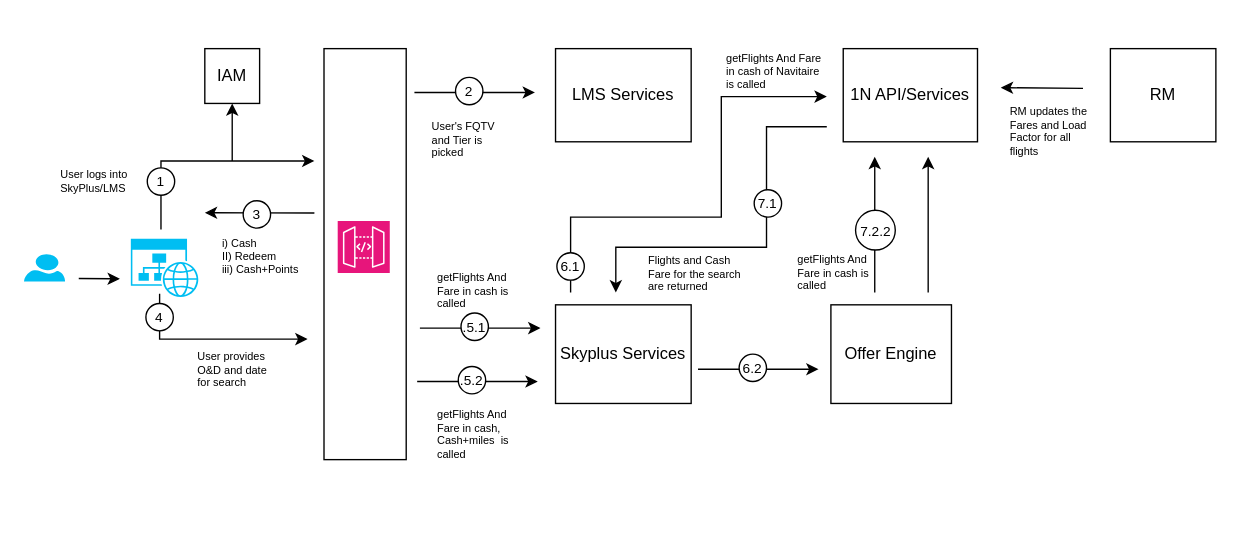
This is page "Page-1" (1 of 2) of LM Data Flow.drawio from nchauhan4/drawings, a draw.io file, before an edit. Source tidied: cells renumbered, new cells numbered last; positions are measured from the earlier drawing's top-left corner, leaving out a move shared by most shapes. Both pictures are drawn from the tidied source at 137%, with x=0, y=0 at pixel (23, 42).
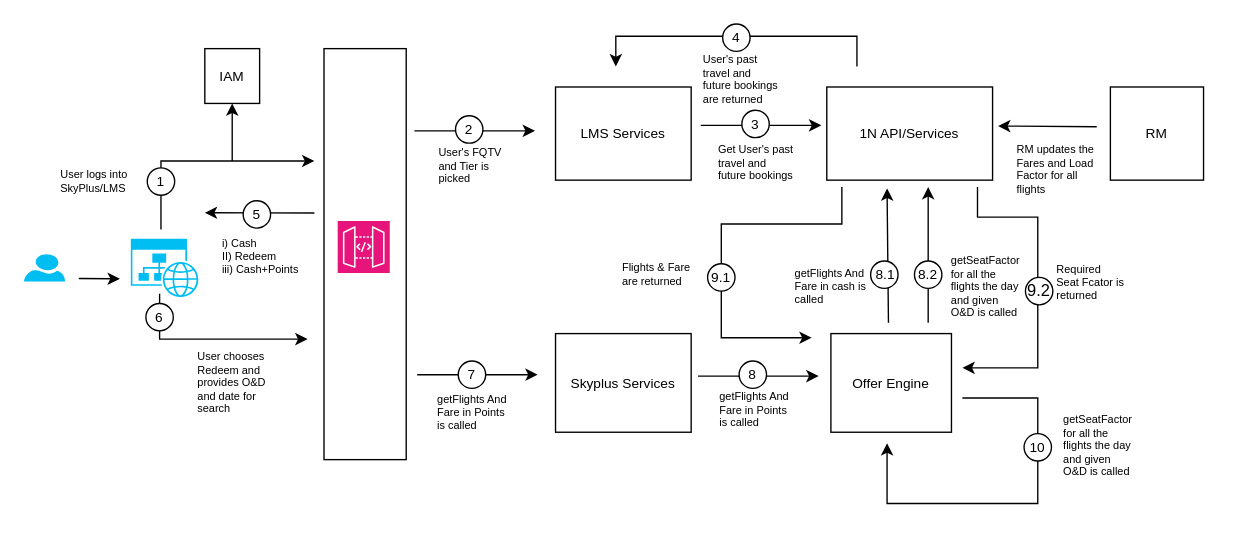
Above is the later version.

What changed in the source:
```diff
@@
     <mxCell id="2" style="endArrow=classic;html=1;rounded=0;" parent="1" edge="1">
       <mxGeometry relative="1" as="geometry">
-        <mxPoint x="621" y="182" as="sourcePoint" />
-        <mxPoint x="621" y="83" as="targetPoint" />
+        <mxPoint x="631" y="204" as="sourcePoint" />
+        <mxPoint x="630" y="106" as="targetPoint" />
       </mxGeometry>
     </mxCell>
-    <mxCell id="3" style="ellipse;whiteSpace=wrap;html=1;" parent="1" vertex="1">
-      <mxGeometry x="607" y="122" width="29" height="29" as="geometry" />
-    </mxCell>
-    <mxCell id="4" value="&lt;span style=&quot;font-size: 10px;&quot;&gt;7.2.2&lt;/span&gt;" style="text;html=1;strokeColor=none;fillColor=none;align=center;verticalAlign=middle;whiteSpace=wrap;rounded=0;" parent="1" vertex="1">
-      <mxGeometry x="597" y="120" width="50" height="33.5" as="geometry" />
-    </mxCell>
@@
-    <mxCell id="13" value="IAM" style="rounded=0;whiteSpace=wrap;html=1;" parent="1" vertex="1">
+    <mxCell id="13" value="&lt;font style=&quot;font-size: 10px;&quot;&gt;IAM&lt;/font&gt;" style="rounded=0;whiteSpace=wrap;html=1;" parent="1" vertex="1">
       <mxGeometry x="132" y="4" width="40" height="40" as="geometry" />
     </mxCell>
@@
-    <mxCell id="16" value="&lt;font style=&quot;font-size: 10px;&quot;&gt;3&lt;/font&gt;" style="text;html=1;strokeColor=none;fillColor=none;align=center;verticalAlign=middle;whiteSpace=wrap;rounded=0;" parent="1" vertex="1">
+    <mxCell id="16" value="&lt;font style=&quot;font-size: 10px;&quot;&gt;5&lt;/font&gt;" style="text;html=1;strokeColor=none;fillColor=none;align=center;verticalAlign=middle;whiteSpace=wrap;rounded=0;" parent="1" vertex="1">
       <mxGeometry x="155" y="115" width="30" height="20" as="geometry" />
     </mxCell>
@@
-    <mxCell id="22" value="&lt;font style=&quot;font-size: 10px;&quot;&gt;4&lt;/font&gt;" style="text;html=1;strokeColor=none;fillColor=none;align=center;verticalAlign=middle;whiteSpace=wrap;rounded=0;" parent="1" vertex="1">
+    <mxCell id="22" value="&lt;font style=&quot;font-size: 10px;&quot;&gt;6&lt;/font&gt;" style="text;html=1;strokeColor=none;fillColor=none;align=center;verticalAlign=middle;whiteSpace=wrap;rounded=0;" parent="1" vertex="1">
       <mxGeometry x="84" y="190" width="30" height="20" as="geometry" />
     </mxCell>
-    <mxCell id="23" value="User provides O&amp;amp;D and date for search" style="text;html=1;strokeColor=none;fillColor=none;align=left;verticalAlign=top;whiteSpace=wrap;rounded=0;fontSize=8;" parent="1" vertex="1">
+    <mxCell id="23" value="User chooses Redeem and provides O&amp;amp;D and date for search" style="text;html=1;strokeColor=none;fillColor=none;align=left;verticalAlign=top;whiteSpace=wrap;rounded=0;fontSize=8;" parent="1" vertex="1">
       <mxGeometry x="124.5" y="217.5" width="58.5" height="38.5" as="geometry" />
     </mxCell>
-    <mxCell id="24" style="endArrow=classic;html=1;rounded=0;" parent="1" edge="1">
-      <mxGeometry relative="1" as="geometry">
-        <mxPoint x="289" y="208" as="sourcePoint" />
-        <mxPoint x="377" y="208" as="targetPoint" />
-      </mxGeometry>
-    </mxCell>
-    <mxCell id="25" value="LMS Services" style="rounded=0;whiteSpace=wrap;html=1;" parent="1" vertex="1">
-      <mxGeometry x="388" y="4" width="99" height="68" as="geometry" />
+    <mxCell id="25" value="&lt;font style=&quot;font-size: 10px;&quot;&gt;LMS Services&lt;/font&gt;" style="rounded=0;whiteSpace=wrap;html=1;" parent="1" vertex="1">
+      <mxGeometry x="388" y="32" width="99" height="68" as="geometry" />
     </mxCell>
-    <mxCell id="26" value="Skyplus Services" style="rounded=0;whiteSpace=wrap;html=1;" parent="1" vertex="1">
-      <mxGeometry x="388" y="191" width="99" height="72" as="geometry" />
+    <mxCell id="26" value="&lt;font style=&quot;font-size: 10px;&quot;&gt;Skyplus Services&lt;/font&gt;" style="rounded=0;whiteSpace=wrap;html=1;" parent="1" vertex="1">
+      <mxGeometry x="388" y="212" width="99" height="72" as="geometry" />
     </mxCell>
-    <mxCell id="27" style="ellipse;whiteSpace=wrap;html=1;" parent="1" vertex="1">
-      <mxGeometry x="319" y="197" width="20" height="20" as="geometry" />
-    </mxCell>
-    <mxCell id="28" value="&lt;font style=&quot;font-size: 10px;&quot;&gt;.5.1&lt;/font&gt;" style="text;html=1;strokeColor=none;fillColor=none;align=center;verticalAlign=middle;whiteSpace=wrap;rounded=0;" parent="1" vertex="1">
-      <mxGeometry x="314" y="197" width="30" height="20" as="geometry" />
-    </mxCell>
-    <mxCell id="29" value="getFlights And Fare in cash is called" style="text;html=1;strokeColor=none;fillColor=none;align=left;verticalAlign=top;whiteSpace=wrap;rounded=0;fontSize=8;" parent="1" vertex="1">
-      <mxGeometry x="299.8" y="160" width="58.5" height="33" as="geometry" />
-    </mxCell>
-    <mxCell id="30" style="endArrow=classic;html=1;rounded=0;" parent="1" edge="1">
-      <mxGeometry relative="1" as="geometry">
-        <mxPoint x="399" y="182" as="sourcePoint" />
-        <mxPoint x="586" y="39" as="targetPoint" />
-        <Array as="points">
-          <mxPoint x="399" y="127" />
-          <mxPoint x="509" y="127" />
-          <mxPoint x="509" y="94" />
-          <mxPoint x="509" y="39" />
-          <mxPoint x="542" y="39" />
-        </Array>
-      </mxGeometry>
-    </mxCell>
-    <mxCell id="31" value="Offer Engine" style="rounded=0;whiteSpace=wrap;html=1;" parent="1" vertex="1">
-      <mxGeometry x="589" y="191" width="88" height="72" as="geometry" />
+    <mxCell id="31" value="&lt;font style=&quot;font-size: 10px;&quot;&gt;Offer Engine&lt;/font&gt;" style="rounded=0;whiteSpace=wrap;html=1;" parent="1" vertex="1">
+      <mxGeometry x="589" y="212" width="88" height="72" as="geometry" />
     </mxCell>
-    <mxCell id="32" style="ellipse;whiteSpace=wrap;html=1;" parent="1" vertex="1">
-      <mxGeometry x="389" y="153" width="20" height="20" as="geometry" />
-    </mxCell>
-    <mxCell id="33" value="&lt;span style=&quot;font-size: 10px;&quot;&gt;6.1&lt;/span&gt;" style="text;html=1;strokeColor=none;fillColor=none;align=center;verticalAlign=middle;whiteSpace=wrap;rounded=0;" parent="1" vertex="1">
-      <mxGeometry x="384" y="153" width="30" height="20" as="geometry" />
-    </mxCell>
-    <mxCell id="34" value="getFlights And Fare in cash of Navitaire is called" style="text;html=1;strokeColor=none;fillColor=none;align=left;verticalAlign=top;whiteSpace=wrap;rounded=0;fontSize=8;" parent="1" vertex="1">
-      <mxGeometry x="510.8" y="-0.5" width="78.2" height="33" as="geometry" />
-    </mxCell>
     <mxCell id="35" style="endArrow=classic;html=1;rounded=0;" parent="1" edge="1">
       <mxGeometry relative="1" as="geometry">
-        <mxPoint x="285" y="36" as="sourcePoint" />
-        <mxPoint x="373" y="36" as="targetPoint" />
+        <mxPoint x="285" y="64" as="sourcePoint" />
+        <mxPoint x="373" y="64" as="targetPoint" />
       </mxGeometry>
     </mxCell>
-    <mxCell id="36" value="1N API/Services" style="rounded=0;whiteSpace=wrap;html=1;" parent="1" vertex="1">
-      <mxGeometry x="598" y="4" width="98" height="68" as="geometry" />
+    <mxCell id="36" value="&lt;font style=&quot;font-size: 10px;&quot;&gt;1N API/Services&lt;/font&gt;" style="rounded=0;whiteSpace=wrap;html=1;" parent="1" vertex="1">
+      <mxGeometry x="586" y="32" width="121" height="68" as="geometry" />
     </mxCell>
     <mxCell id="37" style="ellipse;whiteSpace=wrap;html=1;" parent="1" vertex="1">
-      <mxGeometry x="315" y="25" width="20" height="20" as="geometry" />
+      <mxGeometry x="315" y="53" width="20" height="20" as="geometry" />
     </mxCell>
     <mxCell id="38" value="&lt;font style=&quot;font-size: 10px;&quot;&gt;2&lt;/font&gt;" style="text;html=1;strokeColor=none;fillColor=none;align=center;verticalAlign=middle;whiteSpace=wrap;rounded=0;" parent="1" vertex="1">
-      <mxGeometry x="310" y="25" width="30" height="20" as="geometry" />
+      <mxGeometry x="310" y="53" width="30" height="20" as="geometry" />
     </mxCell>
     <mxCell id="39" value="User's FQTV and Tier is picked" style="text;html=1;strokeColor=none;fillColor=none;align=left;verticalAlign=top;whiteSpace=wrap;rounded=0;fontSize=8;" parent="1" vertex="1">
-      <mxGeometry x="295.8" y="50" width="58.5" height="33" as="geometry" />
+      <mxGeometry x="300.8" y="69" width="58.5" height="33" as="geometry" />
     </mxCell>
-    <mxCell id="40" style="endArrow=classic;html=1;rounded=0;" parent="1" edge="1">
-      <mxGeometry relative="1" as="geometry">
-        <mxPoint x="586" y="61" as="sourcePoint" />
-        <mxPoint x="432" y="182" as="targetPoint" />
-        <Array as="points">
-          <mxPoint x="542" y="61" />
-          <mxPoint x="542" y="149" />
-          <mxPoint x="432" y="149" />
-        </Array>
-      </mxGeometry>
-    </mxCell>
-    <mxCell id="41" style="ellipse;whiteSpace=wrap;html=1;" parent="1" vertex="1">
-      <mxGeometry x="533" y="107" width="20" height="20" as="geometry" />
-    </mxCell>
-    <mxCell id="42" value="&lt;span style=&quot;font-size: 10px;&quot;&gt;7.1&lt;/span&gt;" style="text;html=1;strokeColor=none;fillColor=none;align=center;verticalAlign=middle;whiteSpace=wrap;rounded=0;" parent="1" vertex="1">
-      <mxGeometry x="528" y="107" width="30" height="20" as="geometry" />
-    </mxCell>
-    <mxCell id="43" value="Flights and Cash Fare for the search are returned" style="text;html=1;strokeColor=none;fillColor=none;align=left;verticalAlign=top;whiteSpace=wrap;rounded=0;fontSize=8;" parent="1" vertex="1">
-      <mxGeometry x="454" y="147.5" width="78.2" height="33" as="geometry" />
+    <mxCell id="43" value="getSeatFactor for all the flights the day and given O&amp;amp;D is called" style="text;html=1;strokeColor=none;fillColor=none;align=left;verticalAlign=top;whiteSpace=wrap;rounded=0;fontSize=8;" parent="1" vertex="1">
+      <mxGeometry x="675" y="148" width="52" height="55" as="geometry" />
     </mxCell>
     <mxCell id="44" style="endArrow=classic;html=1;rounded=0;" parent="1" edge="1">
       <mxGeometry relative="1" as="geometry">
-        <mxPoint x="492" y="238" as="sourcePoint" />
-        <mxPoint x="580" y="238" as="targetPoint" />
+        <mxPoint x="492" y="243" as="sourcePoint" />
+        <mxPoint x="580" y="243" as="targetPoint" />
       </mxGeometry>
     </mxCell>
     <mxCell id="45" style="ellipse;whiteSpace=wrap;html=1;" parent="1" vertex="1">
-      <mxGeometry x="522" y="227" width="20" height="20" as="geometry" />
+      <mxGeometry x="522" y="232" width="20" height="20" as="geometry" />
     </mxCell>
-    <mxCell id="46" value="&lt;span style=&quot;font-size: 10px;&quot;&gt;6.2&lt;/span&gt;" style="text;html=1;strokeColor=none;fillColor=none;align=center;verticalAlign=middle;whiteSpace=wrap;rounded=0;" parent="1" vertex="1">
-      <mxGeometry x="517" y="227" width="30" height="20" as="geometry" />
+    <mxCell id="46" value="&lt;span style=&quot;font-size: 10px;&quot;&gt;8&lt;/span&gt;" style="text;html=1;strokeColor=none;fillColor=none;align=center;verticalAlign=middle;whiteSpace=wrap;rounded=0;" parent="1" vertex="1">
+      <mxGeometry x="517" y="232" width="30" height="20" as="geometry" />
     </mxCell>
     <mxCell id="47" value="getFlights And Fare in cash is called" style="text;html=1;strokeColor=none;fillColor=none;align=left;verticalAlign=top;whiteSpace=wrap;rounded=0;fontSize=8;" parent="1" vertex="1">
-      <mxGeometry x="563" y="146.5" width="58.5" height="33" as="geometry" />
+      <mxGeometry x="561" y="156.5" width="58.5" height="33" as="geometry" />
     </mxCell>
     <mxCell id="48" style="endArrow=classic;html=1;rounded=0;" parent="1" edge="1">
       <mxGeometry relative="1" as="geometry">
-        <mxPoint x="287" y="247" as="sourcePoint" />
-        <mxPoint x="375" y="247" as="targetPoint" />
+        <mxPoint x="287" y="242" as="sourcePoint" />
+        <mxPoint x="375" y="242" as="targetPoint" />
       </mxGeometry>
     </mxCell>
     <mxCell id="49" style="ellipse;whiteSpace=wrap;html=1;" parent="1" vertex="1">
-      <mxGeometry x="317" y="236" width="20" height="20" as="geometry" />
+      <mxGeometry x="317" y="232" width="20" height="20" as="geometry" />
     </mxCell>
-    <mxCell id="50" value="&lt;font style=&quot;font-size: 10px;&quot;&gt;.5.2&lt;/font&gt;" style="text;html=1;strokeColor=none;fillColor=none;align=center;verticalAlign=middle;whiteSpace=wrap;rounded=0;" parent="1" vertex="1">
-      <mxGeometry x="312" y="236" width="30" height="20" as="geometry" />
+    <mxCell id="50" value="&lt;font style=&quot;font-size: 10px;&quot;&gt;7&lt;/font&gt;" style="text;html=1;strokeColor=none;fillColor=none;align=center;verticalAlign=middle;whiteSpace=wrap;rounded=0;" parent="1" vertex="1">
+      <mxGeometry x="312" y="232" width="30" height="20" as="geometry" />
     </mxCell>
-    <mxCell id="51" value="getFlights And Fare in cash, Cash+miles&amp;nbsp; is called" style="text;html=1;strokeColor=none;fillColor=none;align=left;verticalAlign=top;whiteSpace=wrap;rounded=0;fontSize=8;" parent="1" vertex="1">
-      <mxGeometry x="299.8" y="260" width="58.5" height="33" as="geometry" />
+    <mxCell id="51" value="getFlights And Fare in Points is called" style="text;html=1;strokeColor=none;fillColor=none;align=left;verticalAlign=top;whiteSpace=wrap;rounded=0;fontSize=8;" parent="1" vertex="1">
+      <mxGeometry x="299.8" y="249" width="58.5" height="33" as="geometry" />
     </mxCell>
     <mxCell id="52" style="endArrow=classic;html=1;rounded=0;" parent="1" edge="1">
       <mxGeometry relative="1" as="geometry">
-        <mxPoint x="660" y="182" as="sourcePoint" />
-        <mxPoint x="660" y="83" as="targetPoint" />
+        <mxPoint x="660" y="204" as="sourcePoint" />
+        <mxPoint x="660" y="105" as="targetPoint" />
         <Array as="points">
           <mxPoint x="660" y="160" />
         </Array>
       </mxGeometry>
     </mxCell>
     <mxCell id="53" style="endArrow=classic;html=1;rounded=0;" parent="1" edge="1">
       <mxGeometry relative="1" as="geometry">
-        <mxPoint x="773" y="33" as="sourcePoint" />
-        <mxPoint x="713" y="32.5" as="targetPoint" />
+        <mxPoint x="783" y="61" as="sourcePoint" />
+        <mxPoint x="711" y="60.5" as="targetPoint" />
       </mxGeometry>
     </mxCell>
-    <mxCell id="54" value="RM" style="rounded=0;whiteSpace=wrap;html=1;" parent="1" vertex="1">
-      <mxGeometry x="793" y="4" width="77" height="68" as="geometry" />
+    <mxCell id="54" value="&lt;font style=&quot;font-size: 10px;&quot;&gt;RM&lt;/font&gt;" style="rounded=0;whiteSpace=wrap;html=1;" parent="1" vertex="1">
+      <mxGeometry x="793" y="32" width="68" height="68" as="geometry" />
     </mxCell>
     <mxCell id="55" value="RM updates the Fares and Load Factor for all flights&amp;nbsp;" style="text;html=1;strokeColor=none;fillColor=none;align=left;verticalAlign=top;whiteSpace=wrap;rounded=0;fontSize=8;" parent="1" vertex="1">
-      <mxGeometry x="718" y="39" width="58.5" height="33" as="geometry" />
+      <mxGeometry x="723" y="67" width="58.5" height="33" as="geometry" />
     </mxCell>
+    <mxCell id="56" style="endArrow=classic;html=1;rounded=0;" parent="1" edge="1">
+      <mxGeometry relative="1" as="geometry">
+        <mxPoint x="494" y="60" as="sourcePoint" />
+        <mxPoint x="582" y="60" as="targetPoint" />
+      </mxGeometry>
+    </mxCell>
+    <mxCell id="57" style="ellipse;whiteSpace=wrap;html=1;" parent="1" vertex="1">
+      <mxGeometry x="524" y="49" width="20" height="20" as="geometry" />
+    </mxCell>
+    <mxCell id="58" value="&lt;font style=&quot;font-size: 10px;&quot;&gt;3&lt;/font&gt;" style="text;html=1;strokeColor=none;fillColor=none;align=center;verticalAlign=middle;whiteSpace=wrap;rounded=0;" parent="1" vertex="1">
+      <mxGeometry x="519" y="49" width="30" height="20" as="geometry" />
+    </mxCell>
+    <mxCell id="59" value="Get User's past travel and future bookings&amp;nbsp;" style="text;html=1;strokeColor=none;fillColor=none;align=left;verticalAlign=top;whiteSpace=wrap;rounded=0;fontSize=8;" parent="1" vertex="1">
+      <mxGeometry x="504.8" y="67" width="58.5" height="33" as="geometry" />
+    </mxCell>
+    <mxCell id="60" style="ellipse;whiteSpace=wrap;html=1;" parent="1" vertex="1">
+      <mxGeometry x="618" y="159" width="20" height="20" as="geometry" />
+    </mxCell>
+    <mxCell id="61" value="&lt;span style=&quot;font-size: 10px;&quot;&gt;8.1&lt;/span&gt;" style="text;html=1;strokeColor=none;fillColor=none;align=center;verticalAlign=middle;whiteSpace=wrap;rounded=0;" parent="1" vertex="1">
+      <mxGeometry x="614" y="159" width="30" height="20" as="geometry" />
+    </mxCell>
+    <mxCell id="62" value="getFlights And Fare in Points is called" style="text;html=1;strokeColor=none;fillColor=none;align=left;verticalAlign=top;whiteSpace=wrap;rounded=0;fontSize=8;" parent="1" vertex="1">
+      <mxGeometry x="505.8" y="247" width="58.5" height="33" as="geometry" />
+    </mxCell>
+    <mxCell id="63" style="ellipse;whiteSpace=wrap;html=1;" parent="1" vertex="1">
+      <mxGeometry x="650" y="159" width="20" height="20" as="geometry" />
+    </mxCell>
+    <mxCell id="64" value="&lt;span style=&quot;font-size: 10px;&quot;&gt;8.2&lt;/span&gt;" style="text;html=1;strokeColor=none;fillColor=none;align=center;verticalAlign=middle;whiteSpace=wrap;rounded=0;" parent="1" vertex="1">
+      <mxGeometry x="645" y="159" width="30" height="20" as="geometry" />
+    </mxCell>
+    <mxCell id="65" style="endArrow=classic;html=1;rounded=0;" parent="1" edge="1">
+      <mxGeometry relative="1" as="geometry">
+        <mxPoint x="696" y="105" as="sourcePoint" />
+        <mxPoint x="685" y="237" as="targetPoint" />
+        <Array as="points">
+          <mxPoint x="696" y="127" />
+          <mxPoint x="740" y="127" />
+          <mxPoint x="740" y="237" />
+        </Array>
+      </mxGeometry>
+    </mxCell>
+    <mxCell id="66" style="endArrow=classic;html=1;rounded=0;" parent="1" edge="1">
+      <mxGeometry relative="1" as="geometry">
+        <mxPoint x="597" y="105" as="sourcePoint" />
+        <mxPoint x="575" y="215" as="targetPoint" />
+        <Array as="points">
+          <mxPoint x="597" y="132" />
+          <mxPoint x="509" y="132" />
+          <mxPoint x="509" y="171" />
+          <mxPoint x="509" y="215" />
+        </Array>
+      </mxGeometry>
+    </mxCell>
+    <mxCell id="67" style="ellipse;whiteSpace=wrap;html=1;" parent="1" vertex="1">
+      <mxGeometry x="499" y="161" width="20" height="20" as="geometry" />
+    </mxCell>
+    <mxCell id="68" value="&lt;font style=&quot;font-size: 10px;&quot;&gt;9.1&lt;/font&gt;" style="text;html=1;strokeColor=none;fillColor=none;align=center;verticalAlign=middle;whiteSpace=wrap;rounded=0;" parent="1" vertex="1">
+      <mxGeometry x="494" y="161" width="30" height="20" as="geometry" />
+    </mxCell>
+    <mxCell id="69" value="Flights &amp;amp; Fare are returned" style="text;html=1;strokeColor=none;fillColor=none;align=left;verticalAlign=top;whiteSpace=wrap;rounded=0;fontSize=8;" parent="1" vertex="1">
+      <mxGeometry x="435" y="152.5" width="58.5" height="33" as="geometry" />
+    </mxCell>
+    <mxCell id="70" value="9.2" style="ellipse;whiteSpace=wrap;html=1;" parent="1" vertex="1">
+      <mxGeometry x="731" y="171" width="20" height="20" as="geometry" />
+    </mxCell>
+    <mxCell id="71" value="Required Seat Fcator is returned" style="text;html=1;strokeColor=none;fillColor=none;align=left;verticalAlign=top;whiteSpace=wrap;rounded=0;fontSize=8;" parent="1" vertex="1">
+      <mxGeometry x="752" y="154" width="52" height="55" as="geometry" />
+    </mxCell>
+    <mxCell id="72" style="endArrow=classic;html=1;rounded=0;" parent="1" edge="1">
+      <mxGeometry relative="1" as="geometry">
+        <mxPoint x="685" y="259" as="sourcePoint" />
+        <mxPoint x="630" y="292" as="targetPoint" />
+        <Array as="points">
+          <mxPoint x="740" y="259" />
+          <mxPoint x="740" y="336" />
+          <mxPoint x="630" y="336" />
+        </Array>
+      </mxGeometry>
+    </mxCell>
+    <mxCell id="73" style="ellipse;whiteSpace=wrap;html=1;" parent="1" vertex="1">
+      <mxGeometry x="730" y="285" width="20" height="20" as="geometry" />
+    </mxCell>
+    <mxCell id="74" value="&lt;font style=&quot;font-size: 10px;&quot;&gt;10&lt;/font&gt;" style="text;html=1;strokeColor=none;fillColor=none;align=center;verticalAlign=middle;whiteSpace=wrap;rounded=0;" parent="1" vertex="1">
+      <mxGeometry x="725" y="285" width="30" height="20" as="geometry" />
+    </mxCell>
+    <mxCell id="75" style="endArrow=classic;html=1;rounded=0;" parent="1" edge="1">
+      <mxGeometry relative="1" as="geometry">
+        <mxPoint x="608" y="17" as="sourcePoint" />
+        <mxPoint x="432" y="17" as="targetPoint" />
+        <Array as="points">
+          <mxPoint x="608" y="-5" />
+          <mxPoint x="520" y="-5" />
+          <mxPoint x="432" y="-5" />
+        </Array>
+      </mxGeometry>
+    </mxCell>
+    <mxCell id="76" style="ellipse;whiteSpace=wrap;html=1;" parent="1" vertex="1">
+      <mxGeometry x="510" y="-14" width="20" height="20" as="geometry" />
+    </mxCell>
+    <mxCell id="77" value="&lt;font style=&quot;font-size: 10px;&quot;&gt;4&lt;/font&gt;" style="text;html=1;strokeColor=none;fillColor=none;align=center;verticalAlign=middle;whiteSpace=wrap;rounded=0;" parent="1" vertex="1">
+      <mxGeometry x="505" y="-14" width="30" height="20" as="geometry" />
+    </mxCell>
+    <mxCell id="78" value="User's past travel and future bookings are returned" style="text;html=1;strokeColor=none;fillColor=none;align=left;verticalAlign=top;whiteSpace=wrap;rounded=0;fontSize=8;" parent="1" vertex="1">
+      <mxGeometry x="493.8" y="1" width="58.5" height="33" as="geometry" />
+    </mxCell>
+    <mxCell id="79" value="getSeatFactor for all the flights the day and given O&amp;amp;D is called" style="text;html=1;strokeColor=none;fillColor=none;align=left;verticalAlign=top;whiteSpace=wrap;rounded=0;fontSize=8;" parent="1" vertex="1">
+      <mxGeometry x="757" y="264" width="52" height="55" as="geometry" />
+    </mxCell>
```
